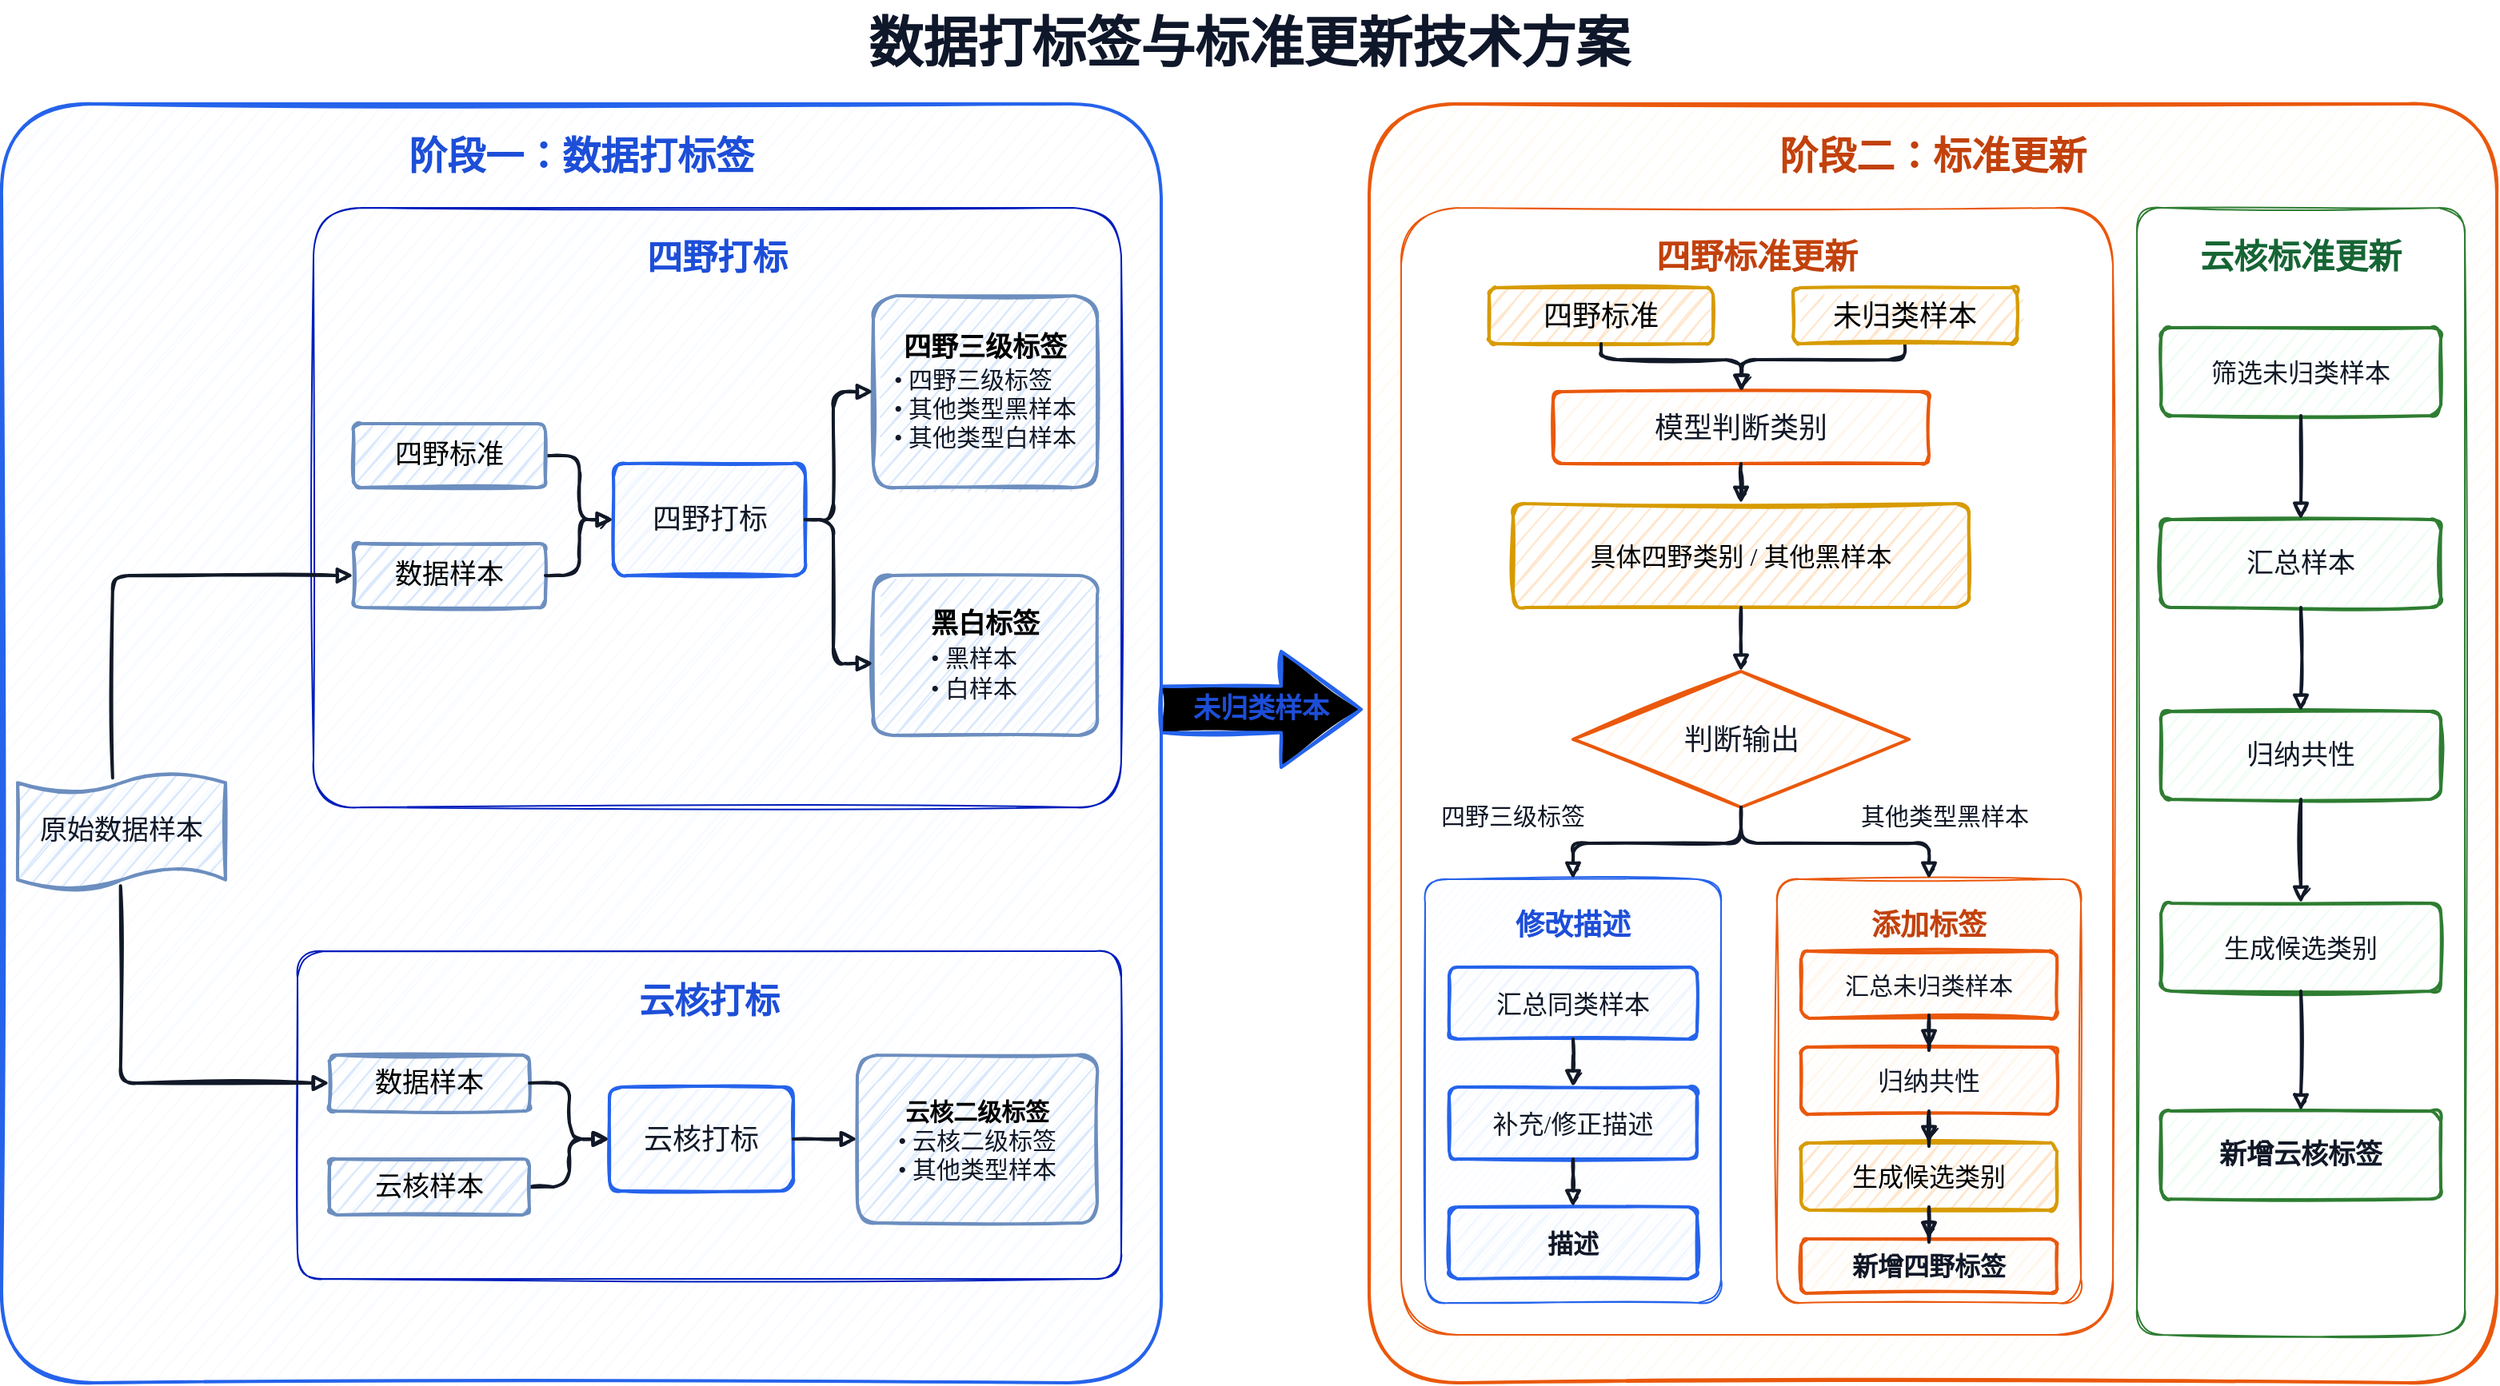
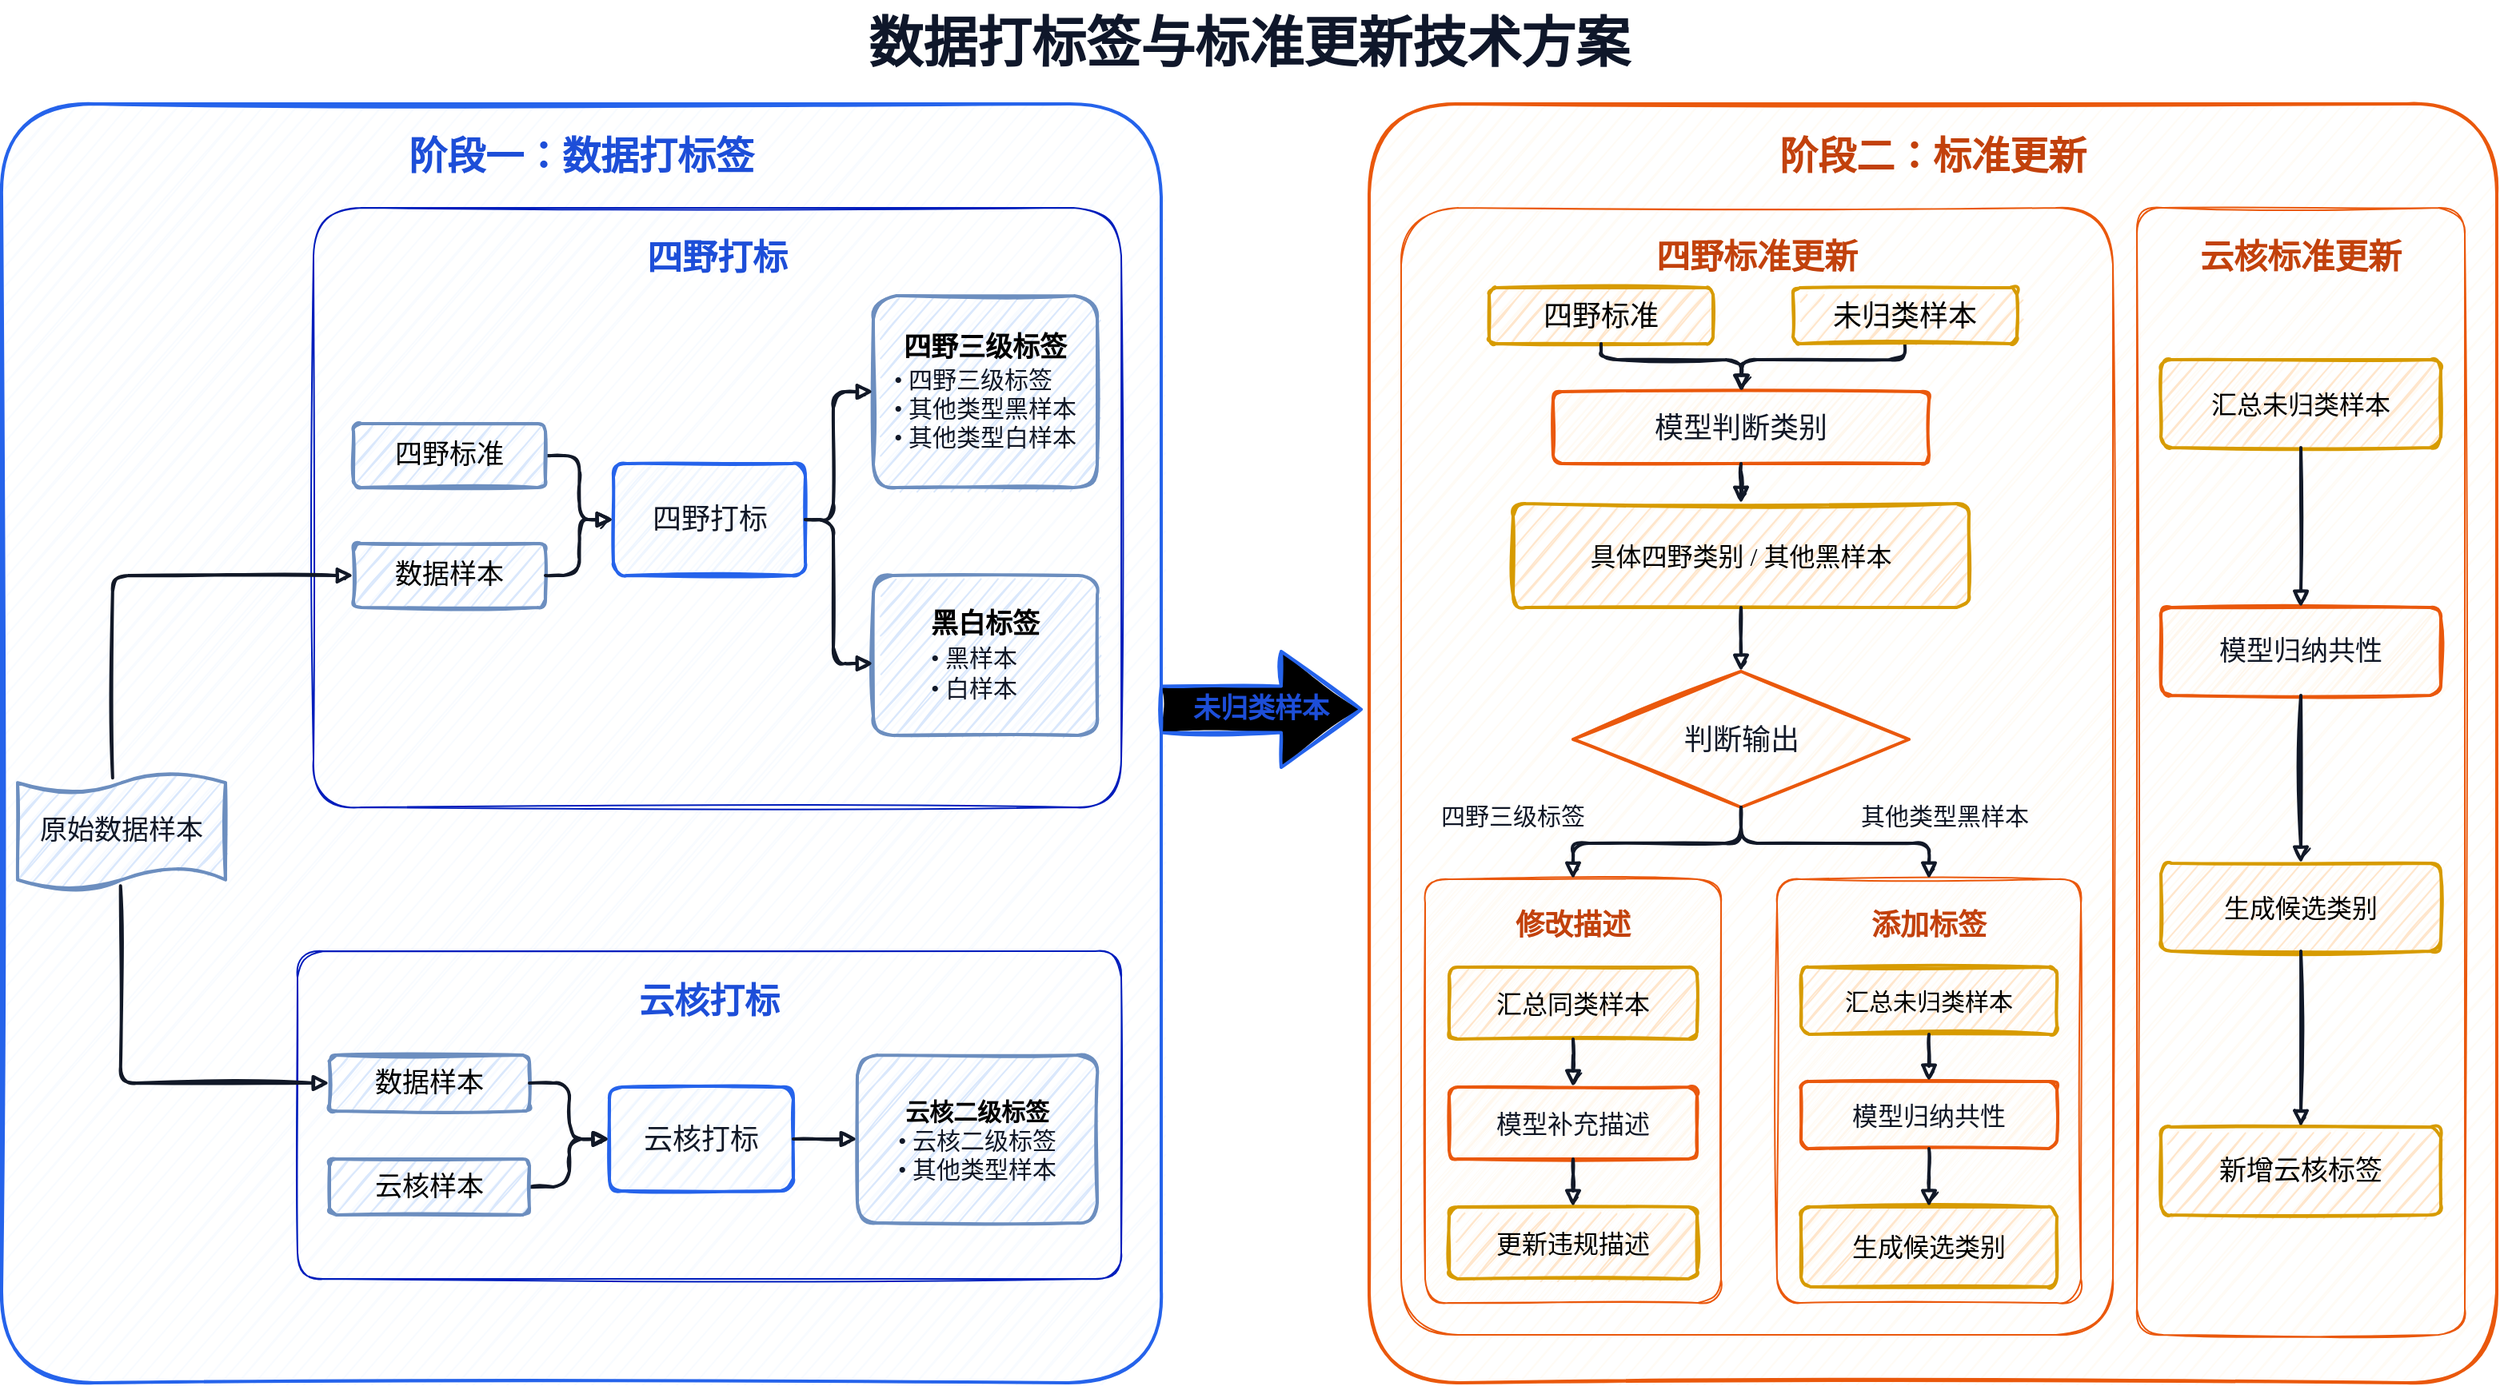
<mxfile host="app.diagrams.net">
  <diagram name="第 1 页" id="qHBWtlReQOPTe34Jqt11">
    <mxGraphModel dx="1664" dy="914" grid="1" gridSize="10" guides="1" tooltips="1" connect="1" arrows="1" fold="1" page="1" pageScale="1" pageWidth="1600" pageHeight="900" math="0" shadow="0">
      <root>
        <mxCell id="0" />
        <mxCell id="1" parent="0" />
        <mxCell id="c2" parent="1" style="text;html=1;strokeColor=none;fillColor=none;align=center;verticalAlign=middle;whiteSpace=wrap;rounded=0;fontFamily=Microsoft YaHei;fontSize=22;fontColor=#111827;fontSize=34;fontColor=#0F172A;fontStyle=1;align=center;" value="数据打标签与标准更新技术方案" vertex="1">
          <mxGeometry height="55" width="760" x="420" y="15" as="geometry" />
        </mxCell>
        <mxCell id="c3" parent="1" style="html=1;whiteSpace=wrap;rounded=1;sketch=1;fontFamily=Microsoft YaHei;fontSize=18;strokeWidth=2;fillColor=#F8FBFF;strokeColor=#2563EB;fontColor=#1D4ED8;fontStyle=1;fontSize=24;verticalAlign=top;align=center;spacingTop=12;strokeWidth=2;arcSize=8;" value="阶段一：数据打标签" vertex="1">
          <mxGeometry height="800" width="725" x="20" y="80" as="geometry" />
        </mxCell>
        <mxCell id="c4" parent="1" style="html=1;whiteSpace=wrap;rounded=1;sketch=1;fontFamily=Microsoft YaHei;fontSize=18;strokeWidth=2;fillColor=#FFFBF5;strokeColor=#EA580C;fontColor=#C2410C;fontStyle=1;fontSize=24;verticalAlign=top;align=center;spacingTop=12;strokeWidth=2;arcSize=8;" value="阶段二：标准更新" vertex="1">
          <mxGeometry height="800" width="705" x="875" y="80" as="geometry" />
        </mxCell>
        <mxCell id="c7" parent="1" style="html=1;whiteSpace=wrap;rounded=1;sketch=1;fontFamily=Microsoft YaHei;fontSize=24;strokeWidth=2;fillColor=none;strokeColor=#001DBC;fontStyle=1;fontSize=22;verticalAlign=top;align=center;spacingTop=12;strokeWidth=1;arcSize=8;fontColor=#1D4ED8;" value="四野打标" vertex="1">
          <mxGeometry height="375" width="505" x="215" y="145" as="geometry" />
        </mxCell>
        <mxCell id="c8" parent="1" style="html=1;whiteSpace=wrap;rounded=1;sketch=1;fontFamily=Microsoft YaHei;fontSize=15;strokeWidth=2;arcSize=12;spacing=8;fillColor=#dae8fc;strokeColor=#6c8ebf;fontSize=17;fontStyle=0;align=center;verticalAlign=middle;" value="数据样本" vertex="1">
          <mxGeometry height="40" width="120" x="240" y="355" as="geometry" />
        </mxCell>
        <mxCell id="c9" parent="1" style="html=1;whiteSpace=wrap;rounded=1;sketch=1;fontFamily=Microsoft YaHei;fontSize=15;strokeWidth=2;arcSize=12;spacing=8;fillColor=#EFF6FF;strokeColor=#2563EB;fontColor=#111827;fontSize=18;fontStyle=0;align=center;verticalAlign=middle;" value="四野打标" vertex="1">
          <mxGeometry height="70" width="120" x="402.5" y="305" as="geometry" />
        </mxCell>
        <mxCell id="c10" parent="1" style="html=1;whiteSpace=wrap;rounded=1;sketch=1;fontFamily=Microsoft YaHei;fontSize=18;strokeWidth=2;arcSize=12;spacing=8;fillColor=#dae8fc;strokeColor=#6c8ebf;fontSize=15;fontStyle=0;align=center;verticalAlign=middle;" value="&lt;b&gt;&lt;font style=&quot;font-size: 17px;&quot;&gt;四野三级标签&lt;/font&gt;&lt;/b&gt;&lt;br&gt;&lt;div style=&quot;text-align: left;&quot;&gt;&lt;span style=&quot;background-color: transparent; color: light-dark(rgb(17, 24, 39), rgb(212, 218, 231));&quot;&gt;• 四野三级标签&lt;/span&gt;&lt;/div&gt;&lt;div style=&quot;text-align: left;&quot;&gt;&lt;span style=&quot;background-color: transparent; color: light-dark(rgb(17, 24, 39), rgb(212, 218, 231));&quot;&gt;• 其他类型黑样本&lt;/span&gt;&lt;/div&gt;&lt;div style=&quot;text-align: left;&quot;&gt;&lt;span style=&quot;background-color: transparent; color: light-dark(rgb(17, 24, 39), rgb(212, 218, 231));&quot;&gt;• 其他类型白样本&lt;/span&gt;&lt;/div&gt;" vertex="1">
          <mxGeometry height="120" width="140" x="565" y="200" as="geometry" />
        </mxCell>
        <mxCell id="c11" parent="1" style="html=1;whiteSpace=wrap;rounded=1;sketch=1;fontFamily=Microsoft YaHei;fontSize=18;strokeWidth=2;arcSize=12;spacing=8;fillColor=#dae8fc;strokeColor=#6c8ebf;fontSize=16;fontStyle=0;align=center;verticalAlign=middle;" value="&lt;b&gt;&lt;font style=&quot;font-size: 17px;&quot;&gt;黑白标签&lt;/font&gt;&lt;/b&gt;&lt;br&gt;&lt;div style=&quot;text-align: left;&quot;&gt;&lt;span style=&quot;background-color: transparent; color: light-dark(rgb(17, 24, 39), rgb(212, 218, 231));&quot;&gt;&lt;font style=&quot;font-size: 15px;&quot;&gt;• 黑样本&lt;/font&gt;&lt;/span&gt;&lt;/div&gt;&lt;div style=&quot;text-align: left;&quot;&gt;&lt;span style=&quot;background-color: transparent; color: light-dark(rgb(17, 24, 39), rgb(212, 218, 231));&quot;&gt;&lt;font style=&quot;font-size: 15px;&quot;&gt;• 白样本&lt;/font&gt;&lt;/span&gt;&lt;/div&gt;" vertex="1">
          <mxGeometry height="100" width="140" x="565" y="375" as="geometry" />
        </mxCell>
        <mxCell id="c12" parent="1" style="html=1;whiteSpace=wrap;rounded=1;sketch=1;fontFamily=Microsoft YaHei;fontSize=24;strokeWidth=2;fillColor=none;strokeColor=#001DBC;fontStyle=1;fontSize=22;verticalAlign=top;align=center;spacingTop=12;strokeWidth=1;arcSize=8;fontColor=#1D4ED8;" value="云核打标" vertex="1">
          <mxGeometry height="205" width="515" x="205" y="610" as="geometry" />
        </mxCell>
        <mxCell id="c13" parent="1" style="html=1;whiteSpace=wrap;rounded=1;sketch=1;fontFamily=Microsoft YaHei;fontSize=18;strokeWidth=2;arcSize=12;spacing=8;fillColor=#dae8fc;strokeColor=#6c8ebf;fontSize=17;fontStyle=1;align=center;verticalAlign=middle;" value="&lt;span style=&quot;font-weight: normal;&quot;&gt;数据样本&lt;/span&gt;" vertex="1">
          <mxGeometry height="35" width="125" x="225" y="675" as="geometry" />
        </mxCell>
        <mxCell id="c14" parent="1" style="html=1;whiteSpace=wrap;rounded=1;sketch=1;fontFamily=Microsoft YaHei;fontSize=18;strokeWidth=2;arcSize=12;spacing=8;fillColor=#EFF6FF;strokeColor=#2563EB;fontColor=#111827;fontSize=18;fontStyle=0;align=center;verticalAlign=middle;" value="云核打标" vertex="1">
          <mxGeometry height="65" width="115" x="400" y="695" as="geometry" />
        </mxCell>
        <mxCell id="c15" parent="1" style="html=1;whiteSpace=wrap;rounded=1;sketch=1;fontFamily=Microsoft YaHei;fontSize=18;strokeWidth=2;arcSize=12;spacing=8;fillColor=#dae8fc;strokeColor=#6c8ebf;fontSize=15;fontStyle=0;align=center;verticalAlign=middle;" value="&lt;b&gt;云核二级标签&lt;/b&gt;&lt;br&gt;&lt;div style=&quot;text-align: left;&quot;&gt;&lt;span style=&quot;background-color: transparent; color: light-dark(rgb(17, 24, 39), rgb(212, 218, 231));&quot;&gt;• 云核二级标签&lt;/span&gt;&lt;/div&gt;&lt;div style=&quot;text-align: left;&quot;&gt;&lt;span style=&quot;background-color: transparent; color: light-dark(rgb(17, 24, 39), rgb(212, 218, 231));&quot;&gt;• 其他类型样本&lt;/span&gt;&lt;/div&gt;" vertex="1">
          <mxGeometry height="105" width="150" x="555" y="675" as="geometry" />
        </mxCell>
        <mxCell id="e18" edge="1" parent="1" source="c8" style="edgeStyle=orthogonalEdgeStyle;rounded=1;orthogonalLoop=1;jettySize=auto;html=1;sketch=1;endArrow=block;endFill=1;strokeWidth=2;strokeColor=#111827;fontFamily=Microsoft YaHei;fontSize=14;align=center;verticalAlign=middle;fontColor=default;labelBackgroundColor=default;curved=0;" target="c9" value="">
          <mxGeometry relative="1" as="geometry" />
        </mxCell>
        <mxCell id="e19" edge="1" parent="1" source="c9" style="edgeStyle=orthogonalEdgeStyle;rounded=1;orthogonalLoop=1;jettySize=auto;html=1;sketch=1;endArrow=block;endFill=1;strokeWidth=2;strokeColor=#111827;fontFamily=Microsoft YaHei;fontSize=14;align=center;verticalAlign=middle;fontColor=default;labelBackgroundColor=default;curved=0;" target="c10" value="">
          <mxGeometry relative="1" as="geometry">
            <Array as="points">
              <mxPoint x="540" y="340" />
              <mxPoint x="540" y="260" />
            </Array>
          </mxGeometry>
        </mxCell>
        <mxCell id="e20" edge="1" parent="1" source="c9" style="edgeStyle=orthogonalEdgeStyle;rounded=1;orthogonalLoop=1;jettySize=auto;html=1;sketch=1;endArrow=block;endFill=1;strokeWidth=2;strokeColor=#111827;fontFamily=Microsoft YaHei;fontSize=14;exitX=1;exitY=0.5;exitDx=0;exitDy=0;align=center;verticalAlign=middle;fontColor=default;labelBackgroundColor=default;curved=0;" target="c11" value="">
          <mxGeometry relative="1" as="geometry">
            <Array as="points">
              <mxPoint x="540" y="340" />
              <mxPoint x="540" y="430" />
            </Array>
          </mxGeometry>
        </mxCell>
        <mxCell id="e21" edge="1" parent="1" source="c13" style="edgeStyle=orthogonalEdgeStyle;rounded=1;orthogonalLoop=1;jettySize=auto;html=1;sketch=1;endArrow=block;endFill=1;strokeWidth=2;strokeColor=#111827;fontFamily=Microsoft YaHei;fontSize=14;align=center;verticalAlign=middle;fontColor=default;labelBackgroundColor=default;curved=0;" target="c14" value="">
          <mxGeometry relative="1" as="geometry" />
        </mxCell>
        <mxCell id="e22" edge="1" parent="1" source="c14" style="edgeStyle=orthogonalEdgeStyle;rounded=1;orthogonalLoop=1;jettySize=auto;html=1;sketch=1;endArrow=block;endFill=1;strokeWidth=2;strokeColor=#111827;fontFamily=Microsoft YaHei;fontSize=14;align=center;verticalAlign=middle;fontColor=default;labelBackgroundColor=default;curved=0;" target="c15" value="">
          <mxGeometry relative="1" as="geometry" />
        </mxCell>
-         <mxCell id="c24" parent="1" style="html=1;whiteSpace=wrap;rounded=1;sketch=1;fontFamily=Microsoft YaHei;fontSize=18;strokeWidth=2;fillColor=#FFFFFF;strokeColor=#EA580C;fontColor=#C2410C;fontStyle=1;fontSize=21;verticalAlign=top;align=center;spacingTop=12;strokeWidth=1;arcSize=8;" value="四野标准更新" vertex="1">
+         <mxCell id="c24" parent="1" style="html=1;whiteSpace=wrap;rounded=1;sketch=1;fontFamily=Microsoft YaHei;fontSize=18;strokeWidth=2;fillColor=none;strokeColor=#EA580C;fontColor=#C2410C;fontStyle=1;fontSize=21;verticalAlign=top;align=center;spacingTop=12;strokeWidth=1;arcSize=8;" value="四野标准更新" vertex="1">
          <mxGeometry height="705" width="445" x="895" y="145" as="geometry" />
        </mxCell>
        <mxCell id="c25" parent="1" style="html=1;whiteSpace=wrap;rounded=1;sketch=1;fontFamily=Microsoft YaHei;fontSize=18;strokeWidth=2;arcSize=12;spacing=8;fillColor=#ffe6cc;strokeColor=#d79b00;fontSize=18;fontStyle=1;align=center;verticalAlign=middle;" value="&lt;span style=&quot;font-weight: normal;&quot;&gt;四野标准&lt;/span&gt;" vertex="1">
          <mxGeometry height="35" width="140" x="950" y="195" as="geometry" />
        </mxCell>
        <mxCell id="c26" parent="1" style="html=1;whiteSpace=wrap;rounded=1;sketch=1;fontFamily=Microsoft YaHei;fontSize=18;strokeWidth=2;arcSize=12;spacing=8;fillColor=#FFF7ED;strokeColor=#EA580C;fontColor=#111827;fontSize=18;fontStyle=1;align=center;verticalAlign=middle;" value="&lt;span style=&quot;font-weight: normal;&quot;&gt;模型判断类别&lt;/span&gt;" vertex="1">
          <mxGeometry height="45" width="235" x="990" y="260" as="geometry" />
        </mxCell>
        <mxCell id="c27" parent="1" style="html=1;whiteSpace=wrap;rounded=1;sketch=1;fontFamily=Microsoft YaHei;fontSize=18;strokeWidth=2;arcSize=12;spacing=8;fillColor=#ffe6cc;strokeColor=#d79b00;fontSize=16;fontStyle=1;align=center;verticalAlign=middle;" value="&lt;span style=&quot;font-weight: normal;&quot;&gt;具体四野类别 / 其他黑样本&lt;/span&gt;" vertex="1">
          <mxGeometry height="65" width="285" x="965" y="330" as="geometry" />
        </mxCell>
        <mxCell id="c28" parent="1" style="rhombus;html=1;whiteSpace=wrap;sketch=1;fontFamily=Microsoft YaHei;fontSize=18;fontStyle=1;strokeWidth=2;fillColor=#FFF7ED;strokeColor=#EA580C;fontColor=#111827;align=center;verticalAlign=middle;" value="&lt;span style=&quot;font-weight: normal;&quot;&gt;判断输出&lt;/span&gt;" vertex="1">
          <mxGeometry height="85" width="210" x="1002.5" y="435" as="geometry" />
        </mxCell>
        <mxCell id="e29" edge="1" parent="1" source="c25" style="edgeStyle=orthogonalEdgeStyle;rounded=1;orthogonalLoop=1;jettySize=auto;html=1;sketch=1;endArrow=block;endFill=1;strokeWidth=2;strokeColor=#111827;fontFamily=Microsoft YaHei;fontSize=14;align=center;verticalAlign=middle;fontColor=default;labelBackgroundColor=default;curved=0;" target="c26" value="">
          <mxGeometry relative="1" as="geometry">
            <Array as="points">
              <mxPoint x="1020" y="240" />
              <mxPoint x="1108" y="240" />
            </Array>
          </mxGeometry>
        </mxCell>
        <mxCell id="e30" edge="1" parent="1" source="c26" style="edgeStyle=orthogonalEdgeStyle;rounded=0;orthogonalLoop=1;jettySize=auto;html=1;sketch=1;endArrow=block;endFill=1;strokeWidth=2;strokeColor=#111827;fontFamily=Microsoft YaHei;fontSize=14;" target="c27" value="">
          <mxGeometry relative="1" as="geometry" />
        </mxCell>
        <mxCell id="e31" edge="1" parent="1" source="c27" style="edgeStyle=orthogonalEdgeStyle;rounded=0;orthogonalLoop=1;jettySize=auto;html=1;sketch=1;endArrow=block;endFill=1;strokeWidth=2;strokeColor=#111827;fontFamily=Microsoft YaHei;fontSize=14;" target="c28" value="">
          <mxGeometry relative="1" as="geometry" />
        </mxCell>
        <mxCell id="c32" parent="1" style="text;html=1;strokeColor=none;fillColor=none;align=center;verticalAlign=middle;whiteSpace=wrap;rounded=0;fontFamily=Microsoft YaHei;fontSize=22;fontColor=#111827;fontSize=15;fontColor=#111827;fontStyle=0;align=center;" value="四野三级标签" vertex="1">
          <mxGeometry height="30" width="130" x="900" y="510" as="geometry" />
        </mxCell>
        <mxCell id="c33" parent="1" style="text;html=1;strokeColor=none;fillColor=none;align=center;verticalAlign=middle;whiteSpace=wrap;rounded=0;fontFamily=Microsoft YaHei;fontSize=22;fontColor=#111827;fontSize=15;fontColor=#111827;fontStyle=0;align=center;" value="其他类型黑样本" vertex="1">
          <mxGeometry height="30" width="110" x="1180" y="510" as="geometry" />
        </mxCell>
-         <mxCell id="c34" parent="1" style="html=1;whiteSpace=wrap;rounded=1;sketch=1;fontFamily=Microsoft YaHei;fontSize=18;strokeWidth=2;fillColor=#F8FBFF;strokeColor=#2563EB;fontColor=#1D4ED8;fontStyle=1;fontSize=18;verticalAlign=top;align=center;spacingTop=12;strokeWidth=1;arcSize=8;" value="修改描述" vertex="1">
+         <mxCell id="c34" parent="1" style="html=1;whiteSpace=wrap;rounded=1;sketch=1;fontFamily=Microsoft YaHei;fontSize=18;strokeWidth=1;fillColor=#FFFBF5;strokeColor=#EA580C;fontColor=#C2410C;fontStyle=1;fontSize=18;verticalAlign=top;align=center;spacingTop=12;strokeWidth=1;arcSize=8;" value="修改描述" vertex="1">
          <mxGeometry height="265" width="185" x="910" y="565" as="geometry" />
        </mxCell>
-         <mxCell id="c35" parent="1" style="html=1;whiteSpace=wrap;rounded=1;sketch=1;fontFamily=Microsoft YaHei;fontSize=18;strokeWidth=2;arcSize=12;spacing=8;fillColor=#EFF6FF;strokeColor=#2563EB;fontColor=#111827;fontSize=16;fontStyle=0;align=center;verticalAlign=middle;" value="汇总同类样本" vertex="1">
+         <mxCell id="c35" parent="1" style="html=1;whiteSpace=wrap;rounded=1;sketch=1;fontFamily=Microsoft YaHei;fontSize=18;strokeWidth=2;arcSize=12;spacing=8;fillColor=#ffe6cc;strokeColor=#d79b00;fontSize=16;fontStyle=0;align=center;verticalAlign=middle;" value="汇总同类样本" vertex="1">
          <mxGeometry height="45" width="155" x="925" y="620" as="geometry" />
        </mxCell>
-         <mxCell id="c36" parent="1" style="html=1;whiteSpace=wrap;rounded=1;sketch=1;fontFamily=Microsoft YaHei;fontSize=18;strokeWidth=2;arcSize=12;spacing=8;fillColor=#EFF6FF;strokeColor=#2563EB;fontColor=#111827;fontSize=16;fontStyle=0;align=center;verticalAlign=middle;" value="补充/修正描述" vertex="1">
+         <mxCell id="c36" parent="1" style="html=1;whiteSpace=wrap;rounded=1;sketch=1;fontFamily=Microsoft YaHei;fontSize=16;strokeWidth=2;arcSize=12;spacing=8;fillColor=#FFF7ED;strokeColor=#EA580C;fontColor=#111827;fontSize=16;fontStyle=0;align=center;verticalAlign=middle;" value="模型补充描述" vertex="1">
          <mxGeometry height="45" width="155" x="925" y="695" as="geometry" />
        </mxCell>
-         <mxCell id="c37" parent="1" style="html=1;whiteSpace=wrap;rounded=1;sketch=1;fontFamily=Microsoft YaHei;fontSize=18;strokeWidth=2;arcSize=12;spacing=8;fillColor=#EFF6FF;strokeColor=#2563EB;fontColor=#111827;fontSize=16;fontStyle=1;align=center;verticalAlign=middle;" value="描述" vertex="1">
+         <mxCell id="c37" parent="1" style="html=1;whiteSpace=wrap;rounded=1;sketch=1;fontFamily=Microsoft YaHei;fontSize=18;strokeWidth=2;arcSize=12;spacing=8;fillColor=#ffe6cc;strokeColor=#d79b00;fontSize=16;fontStyle=1;align=center;verticalAlign=middle;" value="&lt;span style=&quot;font-weight: normal;&quot;&gt;更新违规描述&lt;/span&gt;" vertex="1">
          <mxGeometry height="45" width="155" x="925" y="770" as="geometry" />
        </mxCell>
        <mxCell id="e38" edge="1" parent="1" source="c28" style="edgeStyle=orthogonalEdgeStyle;rounded=1;orthogonalLoop=1;jettySize=auto;html=1;sketch=1;endArrow=block;endFill=1;strokeWidth=2;strokeColor=#111827;fontFamily=Microsoft YaHei;fontSize=14;align=center;verticalAlign=middle;fontColor=default;labelBackgroundColor=default;curved=0;entryX=0.5;entryY=0;entryDx=0;entryDy=0;" target="c34" value="">
          <mxGeometry relative="1" as="geometry" />
        </mxCell>
        <mxCell id="e39" edge="1" parent="1" source="c35" style="edgeStyle=orthogonalEdgeStyle;rounded=0;orthogonalLoop=1;jettySize=auto;html=1;sketch=1;endArrow=block;endFill=1;strokeWidth=2;strokeColor=#111827;fontFamily=Microsoft YaHei;fontSize=14;" target="c36" value="">
          <mxGeometry relative="1" as="geometry" />
        </mxCell>
        <mxCell id="e40" edge="1" parent="1" source="c36" style="edgeStyle=orthogonalEdgeStyle;rounded=0;orthogonalLoop=1;jettySize=auto;html=1;sketch=1;endArrow=block;endFill=1;strokeWidth=2;strokeColor=#111827;fontFamily=Microsoft YaHei;fontSize=14;" target="c37" value="">
          <mxGeometry relative="1" as="geometry" />
        </mxCell>
        <mxCell id="c41" parent="1" style="html=1;whiteSpace=wrap;rounded=1;sketch=1;fontFamily=Microsoft YaHei;fontSize=18;strokeWidth=2;fillColor=#FFFBF5;strokeColor=#EA580C;fontColor=#C2410C;fontStyle=1;fontSize=18;verticalAlign=top;align=center;spacingTop=12;strokeWidth=1;arcSize=8;" value="添加标签" vertex="1">
          <mxGeometry height="265" width="190" x="1130" y="565" as="geometry" />
        </mxCell>
-         <mxCell id="c42" parent="1" style="html=1;whiteSpace=wrap;rounded=1;sketch=1;fontFamily=Microsoft YaHei;fontSize=18;strokeWidth=2;arcSize=12;spacing=8;fillColor=#FFF7ED;strokeColor=#EA580C;fontColor=#111827;fontSize=15;fontStyle=0;align=center;verticalAlign=middle;" value="汇总未归类样本" vertex="1">
-           <mxGeometry height="42" width="160" x="1145" y="610" as="geometry" />
-         </mxCell>
-         <mxCell id="c43" parent="1" style="html=1;whiteSpace=wrap;rounded=1;sketch=1;fontFamily=Microsoft YaHei;fontSize=18;strokeWidth=2;arcSize=12;spacing=8;fillColor=#FFF7ED;strokeColor=#EA580C;fontColor=#111827;fontSize=16;fontStyle=0;align=center;verticalAlign=middle;" value="归纳共性" vertex="1">
-           <mxGeometry height="42" width="160" x="1145" y="670" as="geometry" />
+         <mxCell id="c42" parent="1" style="html=1;whiteSpace=wrap;rounded=1;sketch=1;fontFamily=Microsoft YaHei;fontSize=18;strokeWidth=2;arcSize=12;spacing=8;fillColor=#ffe6cc;strokeColor=#d79b00;fontSize=15;fontStyle=0;align=center;verticalAlign=middle;" value="汇总未归类样本" vertex="1">
+           <mxGeometry height="42" width="160" x="1145" y="620" as="geometry" />
+         </mxCell>
+         <mxCell id="c43" parent="1" style="html=1;whiteSpace=wrap;rounded=1;sketch=1;fontFamily=Microsoft YaHei;fontSize=18;strokeWidth=2;arcSize=12;spacing=8;fillColor=#FFF7ED;strokeColor=#EA580C;fontColor=#111827;fontSize=16;fontStyle=0;align=center;verticalAlign=middle;" value="模型归纳共性" vertex="1">
+           <mxGeometry height="42" width="160" x="1145" y="691.5" as="geometry" />
        </mxCell>
        <mxCell id="c44" parent="1" style="html=1;whiteSpace=wrap;rounded=1;sketch=1;fontFamily=Microsoft YaHei;fontSize=18;strokeWidth=2;arcSize=12;spacing=8;fillColor=#ffe6cc;strokeColor=#d79b00;fontSize=16;fontStyle=0;align=center;verticalAlign=middle;" value="生成候选类别" vertex="1">
-           <mxGeometry height="42" width="160" x="1145" y="730" as="geometry" />
-         </mxCell>
-         <mxCell id="c45" parent="1" style="html=1;whiteSpace=wrap;rounded=1;sketch=1;fontFamily=Microsoft YaHei;fontSize=18;strokeWidth=2;arcSize=12;spacing=8;fillColor=#FFF7ED;strokeColor=#EA580C;fontColor=#111827;fontSize=16;fontStyle=1;align=center;verticalAlign=middle;" value="新增四野标签" vertex="1">
-           <mxGeometry height="34" width="160" x="1145" y="790" as="geometry" />
+           <mxGeometry height="50" width="160" x="1145" y="770" as="geometry" />
        </mxCell>
        <mxCell id="e46" edge="1" parent="1" source="c28" style="edgeStyle=orthogonalEdgeStyle;rounded=1;orthogonalLoop=1;jettySize=auto;html=1;sketch=1;endArrow=block;endFill=1;strokeWidth=2;strokeColor=#111827;fontFamily=Microsoft YaHei;fontSize=14;curved=0;exitX=0.5;exitY=1;exitDx=0;exitDy=0;entryX=0.5;entryY=0;entryDx=0;entryDy=0;" target="c41" value="">
          <mxGeometry relative="1" as="geometry">
            <mxPoint x="1225" y="560" as="targetPoint" />
          </mxGeometry>
        </mxCell>
        <mxCell id="e47" edge="1" parent="1" source="c42" style="edgeStyle=orthogonalEdgeStyle;rounded=0;orthogonalLoop=1;jettySize=auto;html=1;sketch=1;endArrow=block;endFill=1;strokeWidth=2;strokeColor=#111827;fontFamily=Microsoft YaHei;fontSize=14;" target="c43" value="">
          <mxGeometry relative="1" as="geometry" />
        </mxCell>
        <mxCell id="e48" edge="1" parent="1" source="c43" style="edgeStyle=orthogonalEdgeStyle;rounded=0;orthogonalLoop=1;jettySize=auto;html=1;sketch=1;endArrow=block;endFill=1;strokeWidth=2;strokeColor=#111827;fontFamily=Microsoft YaHei;fontSize=14;" target="c44" value="">
          <mxGeometry relative="1" as="geometry" />
        </mxCell>
-         <mxCell id="e49" edge="1" parent="1" source="c44" style="edgeStyle=orthogonalEdgeStyle;rounded=0;orthogonalLoop=1;jettySize=auto;html=1;sketch=1;endArrow=block;endFill=1;strokeWidth=2;strokeColor=#111827;fontFamily=Microsoft YaHei;fontSize=14;" target="c45" value="">
-           <mxGeometry relative="1" as="geometry" />
-         </mxCell>
-         <mxCell id="c50" parent="1" style="html=1;whiteSpace=wrap;rounded=1;sketch=1;fontFamily=Microsoft YaHei;fontSize=18;strokeWidth=2;fillColor=#FFFFFF;strokeColor=#2E7D32;fontColor=#166534;fontStyle=1;fontSize=21;verticalAlign=top;align=center;spacingTop=12;strokeWidth=1;arcSize=8;" value="云核标准更新" vertex="1">
+         <mxCell id="c50" parent="1" style="html=1;whiteSpace=wrap;rounded=1;sketch=1;fontFamily=Microsoft YaHei;fontSize=21;strokeWidth=1;fillColor=none;strokeColor=#EA580C;fontColor=#C2410C;fontStyle=1;fontSize=21;verticalAlign=top;align=center;spacingTop=12;strokeWidth=1;arcSize=8;" value="云核标准更新" vertex="1">
          <mxGeometry height="705" width="205" x="1355" y="145" as="geometry" />
        </mxCell>
-         <mxCell id="c51" parent="1" style="html=1;whiteSpace=wrap;rounded=1;sketch=1;fontFamily=Microsoft YaHei;fontSize=18;strokeWidth=2;arcSize=12;spacing=8;fillColor=#F0FDF4;strokeColor=#2E7D32;fontColor=#111827;fontSize=16;fontStyle=0;align=center;verticalAlign=middle;" value="筛选未归类样本" vertex="1">
-           <mxGeometry height="55" width="175" x="1370" y="220" as="geometry" />
-         </mxCell>
-         <mxCell id="c52" parent="1" style="html=1;whiteSpace=wrap;rounded=1;sketch=1;fontFamily=Microsoft YaHei;fontSize=18;strokeWidth=2;arcSize=12;spacing=8;fillColor=#F0FDF4;strokeColor=#2E7D32;fontColor=#111827;fontSize=17;fontStyle=0;align=center;verticalAlign=middle;" value="汇总样本" vertex="1">
-           <mxGeometry height="55" width="175" x="1370" y="340" as="geometry" />
-         </mxCell>
-         <mxCell id="c53" parent="1" style="html=1;whiteSpace=wrap;rounded=1;sketch=1;fontFamily=Microsoft YaHei;fontSize=18;strokeWidth=2;arcSize=12;spacing=8;fillColor=#F0FDF4;strokeColor=#2E7D32;fontColor=#111827;fontSize=17;fontStyle=0;align=center;verticalAlign=middle;" value="归纳共性" vertex="1">
-           <mxGeometry height="55" width="175" x="1370" y="460" as="geometry" />
-         </mxCell>
-         <mxCell id="c54" parent="1" style="html=1;whiteSpace=wrap;rounded=1;sketch=1;fontFamily=Microsoft YaHei;fontSize=18;strokeWidth=2;arcSize=12;spacing=8;fillColor=#F0FDF4;strokeColor=#2E7D32;fontColor=#111827;fontSize=16;fontStyle=0;align=center;verticalAlign=middle;" value="生成候选类别" vertex="1">
-           <mxGeometry height="55" width="175" x="1370" y="580" as="geometry" />
-         </mxCell>
-         <mxCell id="c55" parent="1" style="html=1;whiteSpace=wrap;rounded=1;sketch=1;fontFamily=Microsoft YaHei;fontSize=18;strokeWidth=2;arcSize=12;spacing=8;fillColor=#F0FDF4;strokeColor=#2E7D32;fontColor=#111827;fontSize=17;fontStyle=1;align=center;verticalAlign=middle;" value="新增云核标签" vertex="1">
-           <mxGeometry height="55" width="175" x="1370" y="710" as="geometry" />
-         </mxCell>
-         <mxCell id="e56" edge="1" parent="1" source="c51" style="edgeStyle=orthogonalEdgeStyle;rounded=0;orthogonalLoop=1;jettySize=auto;html=1;sketch=1;endArrow=block;endFill=1;strokeWidth=2;strokeColor=#111827;fontFamily=Microsoft YaHei;fontSize=14;" target="c52" value="">
-           <mxGeometry relative="1" as="geometry" />
-         </mxCell>
-         <mxCell id="e57" edge="1" parent="1" source="c52" style="edgeStyle=orthogonalEdgeStyle;rounded=0;orthogonalLoop=1;jettySize=auto;html=1;sketch=1;endArrow=block;endFill=1;strokeWidth=2;strokeColor=#111827;fontFamily=Microsoft YaHei;fontSize=14;" target="c53" value="">
-           <mxGeometry relative="1" as="geometry" />
+         <mxCell id="c51" parent="1" style="html=1;whiteSpace=wrap;rounded=1;sketch=1;fontFamily=Microsoft YaHei;fontSize=18;strokeWidth=2;arcSize=12;spacing=8;fillColor=#ffe6cc;strokeColor=#d79b00;fontSize=16;fontStyle=0;align=center;verticalAlign=middle;" value="汇总未归类样本" vertex="1">
+           <mxGeometry height="55" width="175" x="1370" y="240" as="geometry" />
+         </mxCell>
+         <mxCell id="c53" parent="1" style="html=1;whiteSpace=wrap;rounded=1;sketch=1;fontFamily=Microsoft YaHei;fontSize=16;strokeWidth=2;arcSize=12;spacing=8;fillColor=#FFF7ED;strokeColor=#EA580C;fontSize=17;fontStyle=0;align=center;verticalAlign=middle;fontColor=#111827;" value="模型归纳共性" vertex="1">
+           <mxGeometry height="55" width="175" x="1370" y="395" as="geometry" />
+         </mxCell>
+         <mxCell id="c54" parent="1" style="html=1;whiteSpace=wrap;rounded=1;sketch=1;fontFamily=Microsoft YaHei;fontSize=18;strokeWidth=2;arcSize=12;spacing=8;fillColor=#ffe6cc;strokeColor=#d79b00;fontSize=16;fontStyle=0;align=center;verticalAlign=middle;" value="生成候选类别" vertex="1">
+           <mxGeometry height="55" width="175" x="1370" y="555" as="geometry" />
+         </mxCell>
+         <mxCell id="c55" parent="1" style="html=1;whiteSpace=wrap;rounded=1;sketch=1;fontFamily=Microsoft YaHei;fontSize=18;strokeWidth=2;arcSize=12;spacing=8;fillColor=#ffe6cc;strokeColor=#d79b00;fontSize=17;fontStyle=1;align=center;verticalAlign=middle;" value="&lt;span style=&quot;font-weight: normal;&quot;&gt;新增云核标签&lt;/span&gt;" vertex="1">
+           <mxGeometry height="55" width="175" x="1370" y="720" as="geometry" />
+         </mxCell>
+         <mxCell id="e56" edge="1" parent="1" source="c51" style="edgeStyle=orthogonalEdgeStyle;rounded=0;orthogonalLoop=1;jettySize=auto;html=1;sketch=1;endArrow=block;endFill=1;strokeWidth=2;strokeColor=#111827;fontFamily=Microsoft YaHei;fontSize=14;entryX=0.5;entryY=0;entryDx=0;entryDy=0;" target="c53" value="">
+           <mxGeometry relative="1" as="geometry">
+             <mxPoint x="1457.5" y="339.9999999999998" as="targetPoint" />
+           </mxGeometry>
        </mxCell>
        <mxCell id="e58" edge="1" parent="1" source="c53" style="edgeStyle=orthogonalEdgeStyle;rounded=0;orthogonalLoop=1;jettySize=auto;html=1;sketch=1;endArrow=block;endFill=1;strokeWidth=2;strokeColor=#111827;fontFamily=Microsoft YaHei;fontSize=14;" target="c54" value="">
          <mxGeometry relative="1" as="geometry" />
        </mxCell>
        <mxCell id="e59" edge="1" parent="1" source="c54" style="edgeStyle=orthogonalEdgeStyle;rounded=0;orthogonalLoop=1;jettySize=auto;html=1;sketch=1;endArrow=block;endFill=1;strokeWidth=2;strokeColor=#111827;fontFamily=Microsoft YaHei;fontSize=14;" target="c55" value="">
          <mxGeometry relative="1" as="geometry" />
        </mxCell>
        <mxCell id="F_k4ifYB02R7CEy72iHJ-2" parent="1" style="shape=tape;whiteSpace=wrap;html=1;strokeWidth=2;size=0.19;sketch=1;fontFamily=Microsoft YaHei;strokeColor=#6c8ebf;align=center;verticalAlign=middle;fontSize=17;fontColor=default;fontStyle=1;fillColor=#dae8fc;rounded=1;spacing=8;arcSize=12;" value="&lt;span style=&quot;font-weight: normal;&quot;&gt;&lt;span style=&quot;color: rgb(17, 24, 39); font-family: &amp;quot;Microsoft YaHei&amp;quot;; font-size: 17px;&quot;&gt;原始数据&lt;/span&gt;&lt;span style=&quot;color: rgb(17, 24, 39); font-family: &amp;quot;Microsoft YaHei&amp;quot;; font-size: 17px;&quot;&gt;样本&lt;/span&gt;&lt;/span&gt;" vertex="1">
          <mxGeometry height="75" width="130" x="30" y="497.5" as="geometry" />
        </mxCell>
        <mxCell id="F_k4ifYB02R7CEy72iHJ-9" edge="1" parent="1" source="F_k4ifYB02R7CEy72iHJ-3" style="edgeStyle=orthogonalEdgeStyle;rounded=1;sketch=1;orthogonalLoop=1;jettySize=auto;html=1;exitX=1;exitY=0.5;exitDx=0;exitDy=0;entryX=0;entryY=0.5;entryDx=0;entryDy=0;fontFamily=Microsoft YaHei;strokeColor=#111827;strokeWidth=2;align=center;verticalAlign=middle;fontSize=14;fontColor=default;labelBackgroundColor=default;endArrow=block;endFill=1;curved=0;" target="c9">
          <mxGeometry relative="1" as="geometry" />
        </mxCell>
        <mxCell id="F_k4ifYB02R7CEy72iHJ-3" parent="1" style="html=1;whiteSpace=wrap;rounded=1;sketch=1;fontFamily=Microsoft YaHei;fontSize=15;strokeWidth=2;arcSize=12;spacing=8;fillColor=#dae8fc;strokeColor=#6c8ebf;fontSize=17;fontStyle=0;align=center;verticalAlign=middle;" value="四野标准" vertex="1">
          <mxGeometry height="40" width="120" x="240" y="280" as="geometry" />
        </mxCell>
        <mxCell id="F_k4ifYB02R7CEy72iHJ-5" parent="1" style="shape=singleArrow;whiteSpace=wrap;html=1;arrowWidth=0.4;arrowSize=0.4;fontSize=17;fontFamily=Microsoft YaHei;fillColor=light-dark(#cfdcfb, #151b23);strokeColor=#2563EB;fontColor=#111827;strokeWidth=2;sketch=1;fontStyle=1;gradientColor=light-dark(#fad8c6, #F5BB9C);gradientDirection=east;" value="&lt;span style=&quot;color: rgb(29, 78, 216);&quot;&gt;未归类样本&lt;/span&gt;" vertex="1">
          <mxGeometry height="72.5" width="125" x="745" y="422.5" as="geometry" />
        </mxCell>
        <mxCell id="F_k4ifYB02R7CEy72iHJ-7" edge="1" parent="1" source="F_k4ifYB02R7CEy72iHJ-2" style="endArrow=block;html=1;rounded=1;sketch=1;fontFamily=Microsoft YaHei;exitX=0.457;exitY=0.055;exitDx=0;exitDy=0;exitPerimeter=0;entryX=0;entryY=0.5;entryDx=0;entryDy=0;edgeStyle=orthogonalEdgeStyle;strokeColor=#111827;strokeWidth=2;align=center;verticalAlign=middle;fontSize=14;fontColor=default;labelBackgroundColor=default;endFill=1;curved=0;" target="c8" value="">
          <mxGeometry height="50" relative="1" width="50" as="geometry">
            <Array as="points">
              <mxPoint x="89" y="375" />
            </Array>
            <mxPoint x="420" y="510" as="sourcePoint" />
            <mxPoint x="470" y="460" as="targetPoint" />
          </mxGeometry>
        </mxCell>
        <mxCell id="F_k4ifYB02R7CEy72iHJ-8" edge="1" parent="1" source="F_k4ifYB02R7CEy72iHJ-2" style="endArrow=block;html=1;rounded=1;sketch=1;fontFamily=Microsoft YaHei;exitX=0.495;exitY=0.955;exitDx=0;exitDy=0;exitPerimeter=0;entryX=0;entryY=0.5;entryDx=0;entryDy=0;edgeStyle=orthogonalEdgeStyle;strokeColor=#111827;strokeWidth=2;align=center;verticalAlign=middle;fontSize=14;fontColor=default;labelBackgroundColor=default;endFill=1;curved=0;" target="c13" value="">
          <mxGeometry height="50" relative="1" width="50" as="geometry">
            <Array as="points">
              <mxPoint x="94" y="692" />
            </Array>
            <mxPoint x="40.00000000000004" y="535.25" as="sourcePoint" />
            <mxPoint x="278.3" y="635" as="targetPoint" />
          </mxGeometry>
        </mxCell>
        <mxCell id="F_k4ifYB02R7CEy72iHJ-11" edge="1" parent="1" source="F_k4ifYB02R7CEy72iHJ-10" style="edgeStyle=orthogonalEdgeStyle;rounded=1;sketch=1;orthogonalLoop=1;jettySize=auto;html=1;exitX=1;exitY=0.5;exitDx=0;exitDy=0;fontFamily=Microsoft YaHei;strokeColor=#111827;strokeWidth=2;align=center;verticalAlign=middle;fontSize=14;fontColor=default;labelBackgroundColor=default;endArrow=block;endFill=1;curved=0;" target="c14">
          <mxGeometry relative="1" as="geometry" />
        </mxCell>
        <mxCell id="F_k4ifYB02R7CEy72iHJ-10" parent="1" style="html=1;whiteSpace=wrap;rounded=1;sketch=1;fontFamily=Microsoft YaHei;fontSize=18;strokeWidth=2;arcSize=12;spacing=8;fillColor=#dae8fc;strokeColor=#6c8ebf;fontSize=17;fontStyle=1;align=center;verticalAlign=middle;" value="&lt;span style=&quot;font-weight: normal;&quot;&gt;云核样本&lt;/span&gt;" vertex="1">
          <mxGeometry height="35" width="125" x="225" y="740" as="geometry" />
        </mxCell>
        <mxCell id="F_k4ifYB02R7CEy72iHJ-15" edge="1" parent="1" source="F_k4ifYB02R7CEy72iHJ-14" style="edgeStyle=orthogonalEdgeStyle;rounded=1;sketch=1;orthogonalLoop=1;jettySize=auto;html=1;exitX=0.5;exitY=1;exitDx=0;exitDy=0;entryX=0.5;entryY=0;entryDx=0;entryDy=0;fontFamily=Microsoft YaHei;strokeColor=#111827;strokeWidth=2;align=center;verticalAlign=middle;fontSize=14;fontColor=default;labelBackgroundColor=default;endArrow=block;endFill=1;curved=0;" target="c26">
          <mxGeometry relative="1" as="geometry">
            <Array as="points">
              <mxPoint x="1210" y="240" />
              <mxPoint x="1108" y="240" />
            </Array>
          </mxGeometry>
        </mxCell>
        <mxCell id="F_k4ifYB02R7CEy72iHJ-14" parent="1" style="html=1;whiteSpace=wrap;rounded=1;sketch=1;fontFamily=Microsoft YaHei;fontSize=18;strokeWidth=2;arcSize=12;spacing=8;fillColor=#ffe6cc;strokeColor=#d79b00;fontSize=18;fontStyle=1;align=center;verticalAlign=middle;" value="&lt;span style=&quot;font-weight: normal;&quot;&gt;未归类样本&lt;/span&gt;" vertex="1">
          <mxGeometry height="35" width="140" x="1140" y="195" as="geometry" />
        </mxCell>
      </root>
    </mxGraphModel>
  </diagram>
</mxfile>
